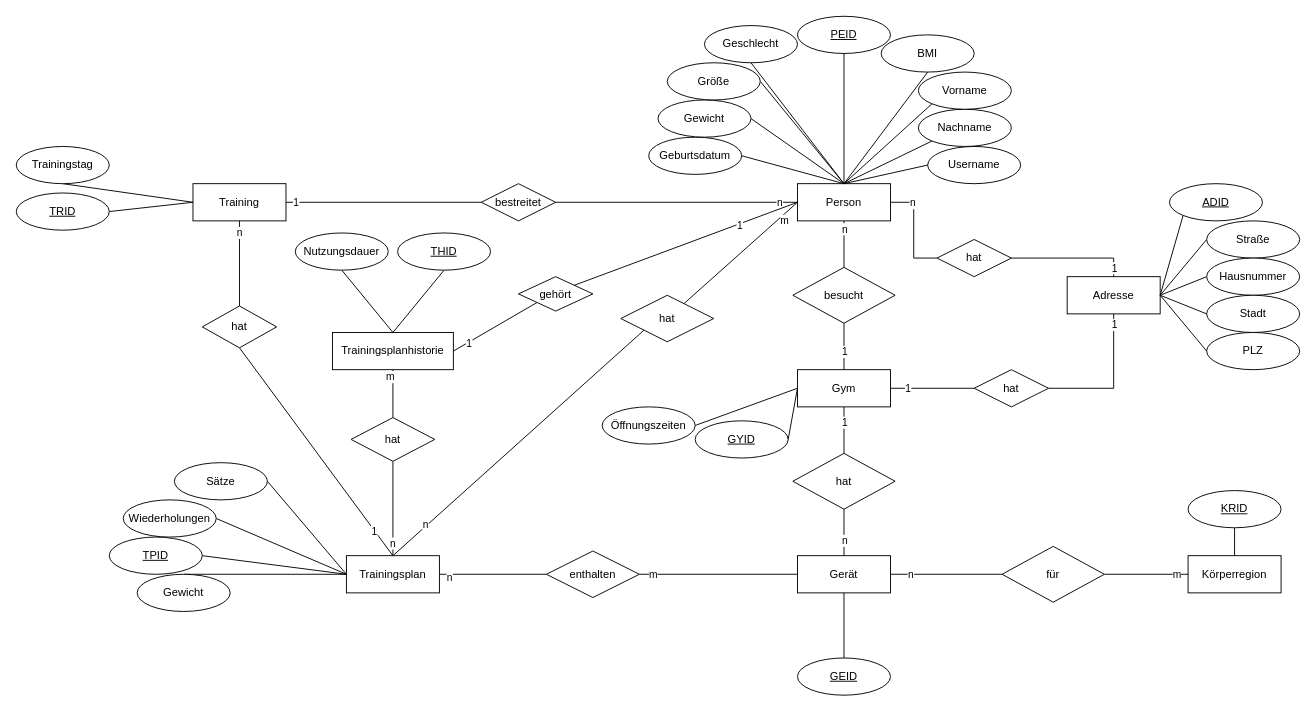
Before: Diagramme/ERDiagramm_InfinityApp.drawio in jonnef/InfinityApp, a draw.io diagram. Source tidied: cells renumbered, new cells numbered last; positions are measured from the earlier drawing's top-left corner, leaving out a move shared by most shapes. Both pictures are drawn from the tidied source at 93%, with x=0, y=0 at pixel (16, 16).
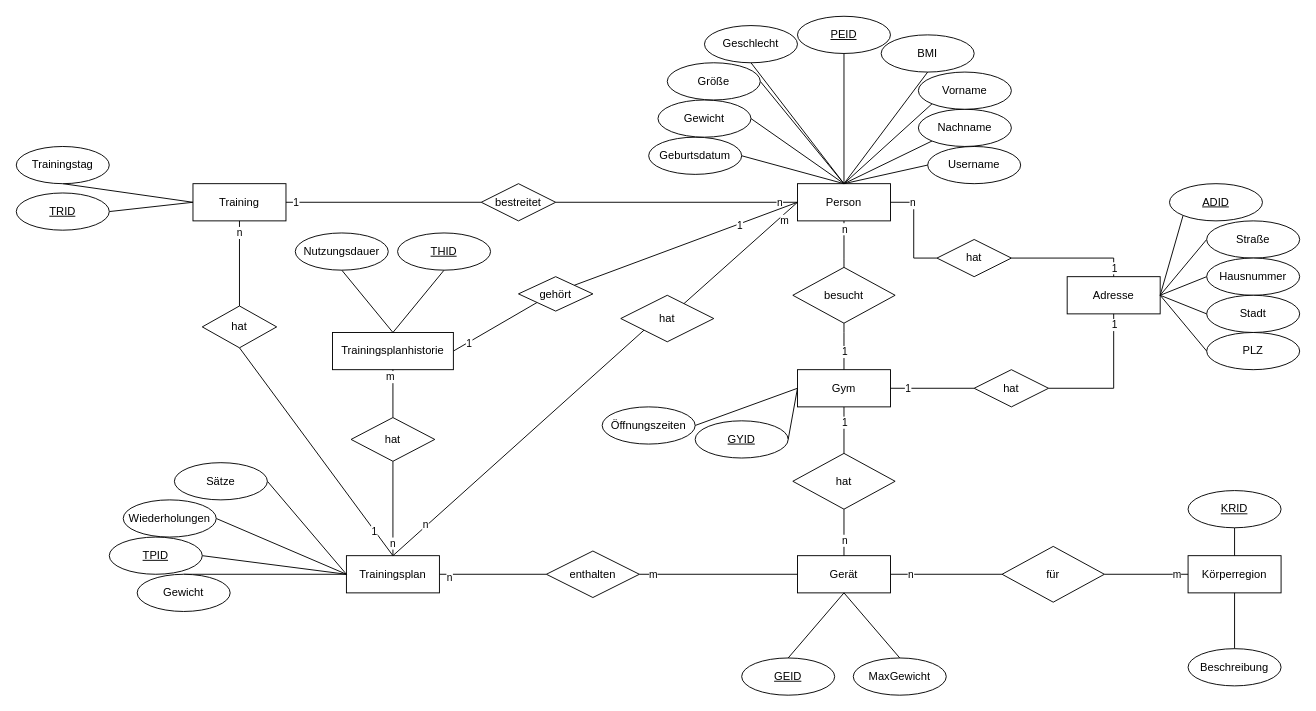
The same page after the edit.

Commit message (it also covers changes not shown here):
added 2 new Attributes at drawio file and added excel file for mockdata

Unchanged cells that the change refers to:
```xml
<mxCell id="14" value="Gerät" style="whiteSpace=wrap;html=1;align=center;" parent="1" vertex="1">
  <mxGeometry x="840" y="580" width="100" height="40" as="geometry" />
</mxCell>
<mxCell id="16" value="Körperregion" style="whiteSpace=wrap;html=1;align=center;" parent="1" vertex="1">
  <mxGeometry x="1260" y="580" width="100" height="40" as="geometry" />
</mxCell>
```

Change to the diagram source:
```diff
@@
     <mxCell id="67" value="GEID" style="ellipse;whiteSpace=wrap;html=1;align=center;fontStyle=4;" parent="1" vertex="1">
-      <mxGeometry x="840" y="690" width="100" height="40" as="geometry" />
+      <mxGeometry x="780" y="690" width="100" height="40" as="geometry" />
     </mxCell>
@@
+    <mxCell id="117" style="edgeStyle=none;html=1;exitX=0.5;exitY=0;exitDx=0;exitDy=0;entryX=0.5;entryY=1;entryDx=0;entryDy=0;endArrow=none;endFill=0;" parent="1" edge="1" source="118" target="14">
+      <mxGeometry relative="1" as="geometry" />
+    </mxCell>
+    <mxCell id="118" value="MaxGewicht" style="ellipse;whiteSpace=wrap;html=1;align=center;" parent="1" vertex="1">
+      <mxGeometry x="900" y="690" width="100" height="40" as="geometry" />
+    </mxCell>
+    <mxCell id="119" style="edgeStyle=none;html=1;exitX=0.5;exitY=0;exitDx=0;exitDy=0;entryX=0.5;entryY=1;entryDx=0;entryDy=0;endArrow=none;endFill=0;" parent="1" edge="1" source="120" target="16">
+      <mxGeometry relative="1" as="geometry" />
+    </mxCell>
+    <mxCell id="120" value="Beschreibung" style="ellipse;whiteSpace=wrap;html=1;align=center;" parent="1" vertex="1">
+      <mxGeometry x="1260" y="680" width="100" height="40" as="geometry" />
+    </mxCell>
```
